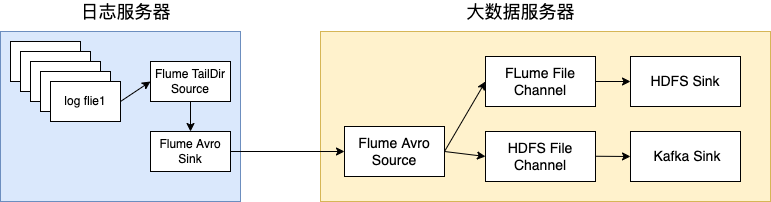
Above: ihuman/flume/ETL流程.drawio.png in hanzongqing/big-data (draw.io), before the change. Source tidied: cells renumbered, new cells last; positions are measured from the earlier drawing's top-left corner, leaving out a move shared by most shapes.
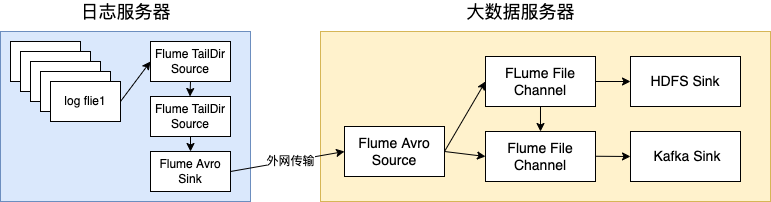
The same diagram one commit later.

Diff of the diagram source:
```diff
@@ -6,7 +6,7 @@
       <mxGeometry x="320" y="30" width="450" height="170" as="geometry" />
     </mxCell>
     <mxCell id="3" style="rounded=0;whiteSpace=wrap;html=1;fillColor=#dae8fc;strokeColor=#6c8ebf;" parent="1" vertex="1">
-      <mxGeometry y="30" width="240" height="170" as="geometry" />
+      <mxGeometry y="30" width="250" height="170" as="geometry" />
     </mxCell>
     <mxCell id="4" value="log flie5" style="rounded=0;whiteSpace=wrap;html=1;" parent="1" vertex="1">
       <mxGeometry x="10" y="40" width="70" height="40" as="geometry" />
@@ -24,10 +24,10 @@
       <mxGeometry x="50" y="80" width="70" height="40" as="geometry" />
     </mxCell>
     <mxCell id="9" value="Flume TailDir Source&lt;br&gt;" style="rounded=0;whiteSpace=wrap;html=1;" parent="1" vertex="1">
-      <mxGeometry x="150" y="60" width="80" height="40" as="geometry" />
+      <mxGeometry x="150" y="40" width="80" height="40" as="geometry" />
     </mxCell>
     <mxCell id="10" value="Flume Avro Sink" style="rounded=0;whiteSpace=wrap;html=1;" parent="1" vertex="1">
-      <mxGeometry x="150" y="130" width="80" height="40" as="geometry" />
+      <mxGeometry x="150" y="150" width="80" height="40" as="geometry" />
     </mxCell>
     <mxCell id="11" value="&lt;font style=&quot;font-size: 18px&quot;&gt;日志服务器&lt;/font&gt;" style="text;html=1;align=center;verticalAlign=middle;strokeColor=none;fillColor=none;" parent="1" vertex="1">
       <mxGeometry x="70" width="110" height="20" as="geometry" />
@@ -35,12 +35,20 @@
     <mxCell id="12" value="Flume Avro Source" style="rounded=0;whiteSpace=wrap;html=1;fontSize=14;" parent="1" vertex="1">
       <mxGeometry x="344" y="125" width="100" height="50" as="geometry" />
     </mxCell>
+    <mxCell id="26" style="edgeStyle=orthogonalEdgeStyle;rounded=0;jettySize=auto;html=1;" parent="1" edge="1" source="13" target="23">
+      <mxGeometry relative="1" as="geometry" />
+    </mxCell>
     <mxCell id="13" value="FLume File Channel" style="rounded=0;whiteSpace=wrap;html=1;fontSize=14;" parent="1" vertex="1">
       <mxGeometry x="485" y="55" width="110" height="50" as="geometry" />
     </mxCell>
     <mxCell id="14" style="endArrow=classic;html=1;rounded=0;fontSize=14;exitX=1;exitY=0.5;exitDx=0;exitDy=0;entryX=0;entryY=0.5;entryDx=0;entryDy=0;" parent="1" edge="1" source="10" target="12">
       <mxGeometry relative="1" as="geometry" />
     </mxCell>
+    <mxCell id="27" value="外网传输" style="edgeLabel;html=1;align=center;verticalAlign=middle;" parent="14" vertex="1">
+      <mxGeometry x="-0.28" y="3" relative="1" as="geometry">
+        <mxPoint x="19" as="offset" />
+      </mxGeometry>
+    </mxCell>
     <mxCell id="15" style="endArrow=classic;html=1;rounded=0;fontSize=14;exitX=1;exitY=0.5;exitDx=0;exitDy=0;entryX=0;entryY=0.5;entryDx=0;entryDy=0;" parent="1" edge="1" source="12" target="13">
       <mxGeometry relative="1" as="geometry" />
     </mxCell>
@@ -53,9 +61,6 @@
     <mxCell id="18" style="endArrow=classic;html=1;rounded=0;fontSize=14;exitX=1;exitY=0.5;exitDx=0;exitDy=0;entryX=0;entryY=0.5;entryDx=0;entryDy=0;" parent="1" edge="1" source="8" target="9">
       <mxGeometry relative="1" as="geometry" />
     </mxCell>
-    <mxCell id="19" style="endArrow=classic;html=1;rounded=0;fontSize=14;exitX=0.5;exitY=1;exitDx=0;exitDy=0;entryX=0.5;entryY=0;entryDx=0;entryDy=0;" parent="1" edge="1" source="9" target="10">
-      <mxGeometry relative="1" as="geometry" />
-    </mxCell>
     <mxCell id="20" style="endArrow=classic;html=1;rounded=0;fontSize=14;exitX=1;exitY=0.5;exitDx=0;exitDy=0;entryX=0;entryY=0.5;entryDx=0;entryDy=0;" parent="1" edge="1" source="13" target="22">
       <mxGeometry relative="1" as="geometry" />
     </mxCell>
@@ -67,7 +72,7 @@
     <mxCell id="22" value="HDFS Sink" style="rounded=0;whiteSpace=wrap;html=1;fontSize=14;" parent="1" vertex="1">
       <mxGeometry x="630" y="55" width="110" height="50" as="geometry" />
     </mxCell>
-    <mxCell id="23" value="HDFS File Channel" style="rounded=0;whiteSpace=wrap;html=1;fontSize=14;" parent="1" vertex="1">
+    <mxCell id="23" value="Flume File Channel" style="rounded=0;whiteSpace=wrap;html=1;fontSize=14;" parent="1" vertex="1">
       <mxGeometry x="485" y="130" width="110" height="50" as="geometry" />
     </mxCell>
     <mxCell id="24" value="&amp;nbsp;Kafka Sink" style="rounded=0;whiteSpace=wrap;html=1;fontSize=14;" parent="1" vertex="1">
@@ -76,5 +81,17 @@
     <mxCell id="25" value="&lt;font style=&quot;font-size: 18px&quot;&gt;大数据服务器&lt;/font&gt;" style="text;html=1;align=center;verticalAlign=middle;strokeColor=none;fillColor=none;fontSize=14;" parent="1" vertex="1">
       <mxGeometry x="460" width="120" height="20" as="geometry" />
     </mxCell>
+    <mxCell id="28" value="Flume TailDir Source&lt;br&gt;" style="rounded=0;whiteSpace=wrap;html=1;" parent="1" vertex="1">
+      <mxGeometry x="150" y="95" width="80" height="40" as="geometry" />
+    </mxCell>
+    <mxCell id="29" style="endArrow=classic;html=1;rounded=0;" parent="1" edge="1">
+      <mxGeometry relative="1" as="geometry">
+        <mxPoint x="190" y="80" as="sourcePoint" />
+        <mxPoint x="189.5" y="95" as="targetPoint" />
+      </mxGeometry>
+    </mxCell>
+    <mxCell id="30" style="endArrow=classic;html=1;rounded=0;exitX=0.5;exitY=1;exitDx=0;exitDy=0;entryX=0.5;entryY=0;entryDx=0;entryDy=0;" parent="1" edge="1" source="28" target="10">
+      <mxGeometry relative="1" as="geometry" />
+    </mxCell>
   </root>
 </mxGraphModel>
```
